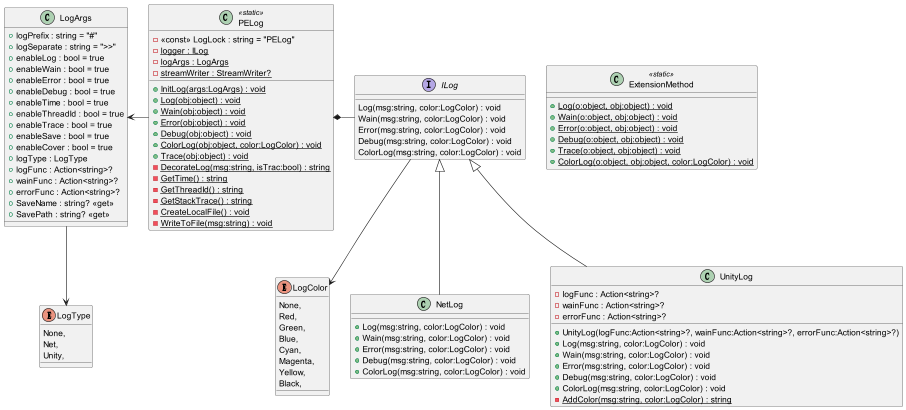
Earlier version of the PlantUML export Diagram/include.png (Semi-Tough/PELog).
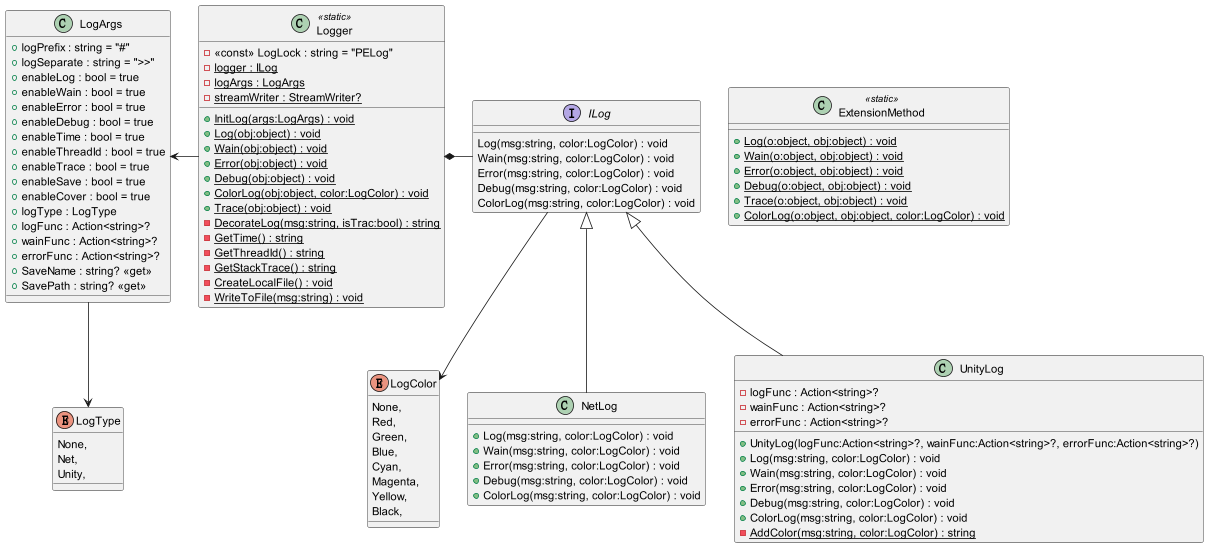
The same file after the commit.

What changed in the source:
```diff
@@ -1,7 +1,7 @@
 @startuml
 !include .\\ILog.puml
 !include .\\LogArgs.puml
+!include .\\Logger.puml
 !include .\\NetLog.puml
-!include .\\PELog.puml
 !include .\\UnityLog.puml
 @enduml
```
